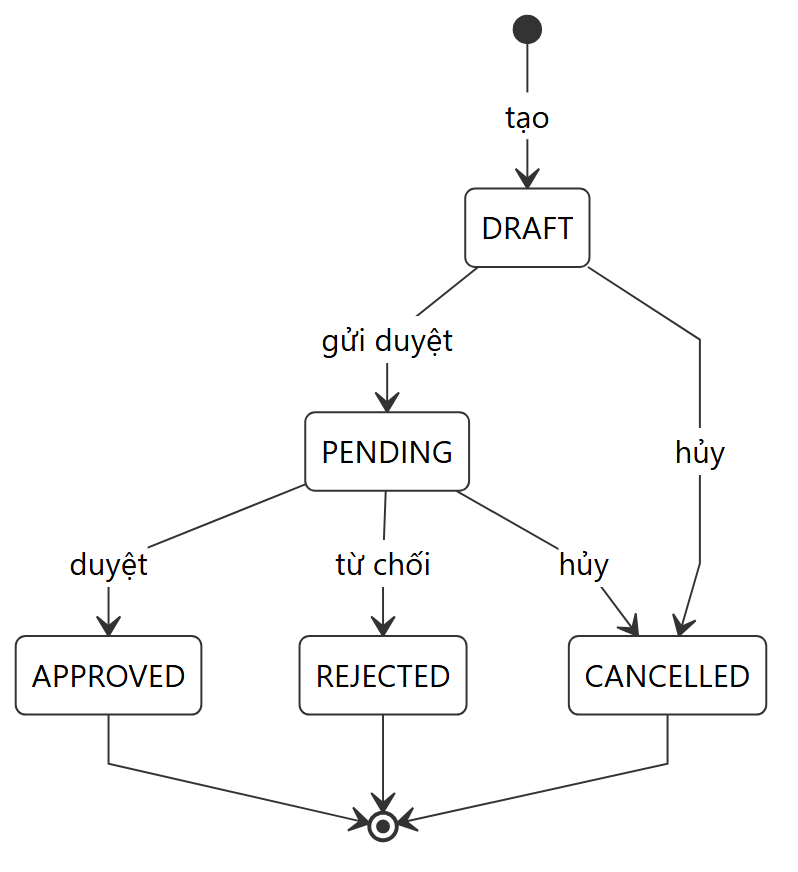
This is docs/diagrams/38_3-3-5_chuc-nang-dieu-chinh-ton-stock-adjustment_state.png from nguyenthihongnhu-dotcom/luanvan2026, a Mermaid export, as it was before one commit. Its source is kept beside it as docs/diagrams/38_3-3-5_chuc-nang-dieu-chinh-ton-stock-adjustment_state.mmd.
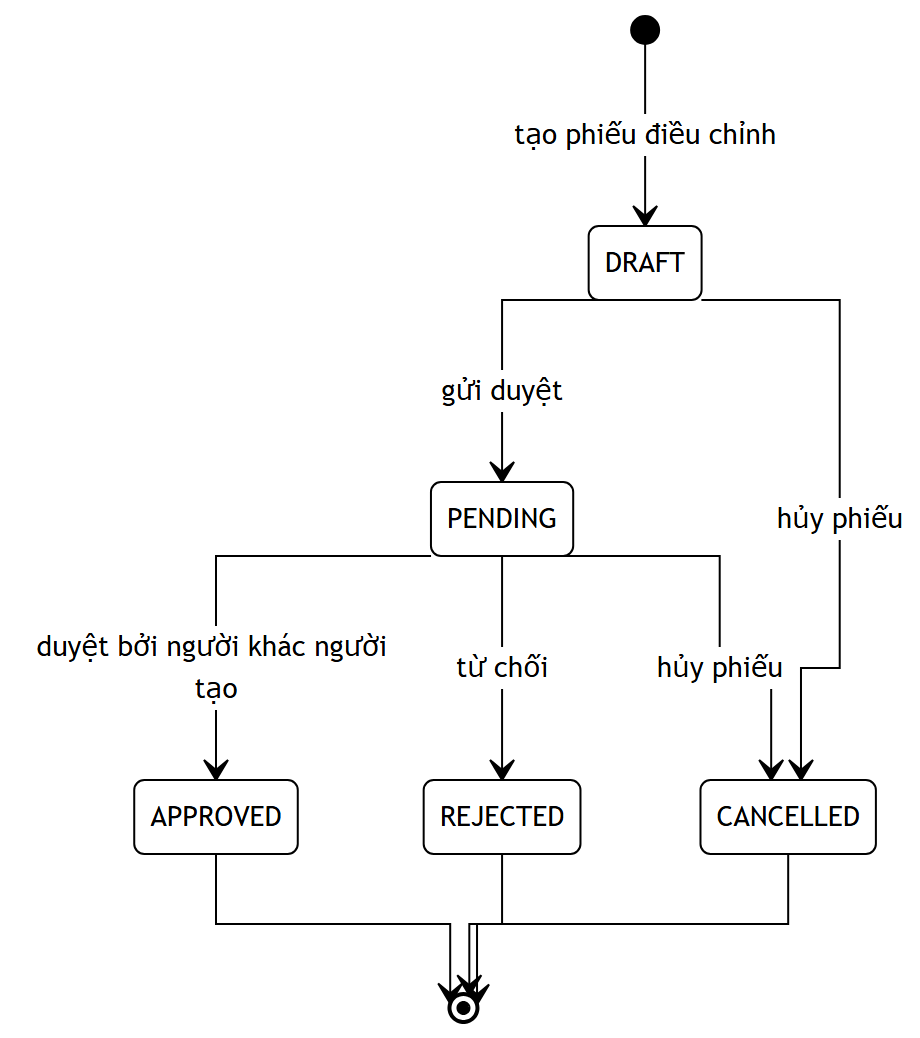
The same diagram one commit later.

Change to the diagram source:
```diff
@@ -1,10 +1,35 @@
+%%{init: {
+  'theme': 'base',
+  'themeVariables': {
+    'primaryColor': '#ffffff',
+    'primaryBorderColor': '#000000',
+    'primaryTextColor': '#000000',
+    'secondaryColor': '#ffffff',
+    'secondaryBorderColor': '#000000',
+    'secondaryTextColor': '#000000',
+    'tertiaryColor': '#ffffff',
+    'tertiaryBorderColor': '#000000',
+    'tertiaryTextColor': '#000000',
+    'lineColor': '#000000',
+    'textColor': '#000000',
+    'mainBkg': '#ffffff',
+    'nodeBorder': '#000000',
+    'clusterBkg': '#ffffff',
+    'clusterBorder': '#000000',
+    'edgeLabelBackground': '#ffffff',
+    'fontSize': '14px',
+    'labelBackgroundColor': '#ffffff'
+  },
+  'flowchart': { 'curve': 'stepAfter', 'nodeSpacing': 60, 'rankSpacing': 70, 'padding': 12 },
+  'state': { 'padding': 12, 'useMaxWidth': false }
+}}%%
 stateDiagram-v2
-    [*] --> DRAFT: tạo
+    [*] --> DRAFT: tạo phiếu điều chỉnh
     DRAFT --> PENDING: gửi duyệt
-    PENDING --> APPROVED: duyệt
+    DRAFT --> CANCELLED: hủy phiếu
+    PENDING --> APPROVED: duyệt bởi người khác người tạo
     PENDING --> REJECTED: từ chối
-    DRAFT --> CANCELLED: hủy
-    PENDING --> CANCELLED: hủy
+    PENDING --> CANCELLED: hủy phiếu
     APPROVED --> [*]
     REJECTED --> [*]
     CANCELLED --> [*]
```
